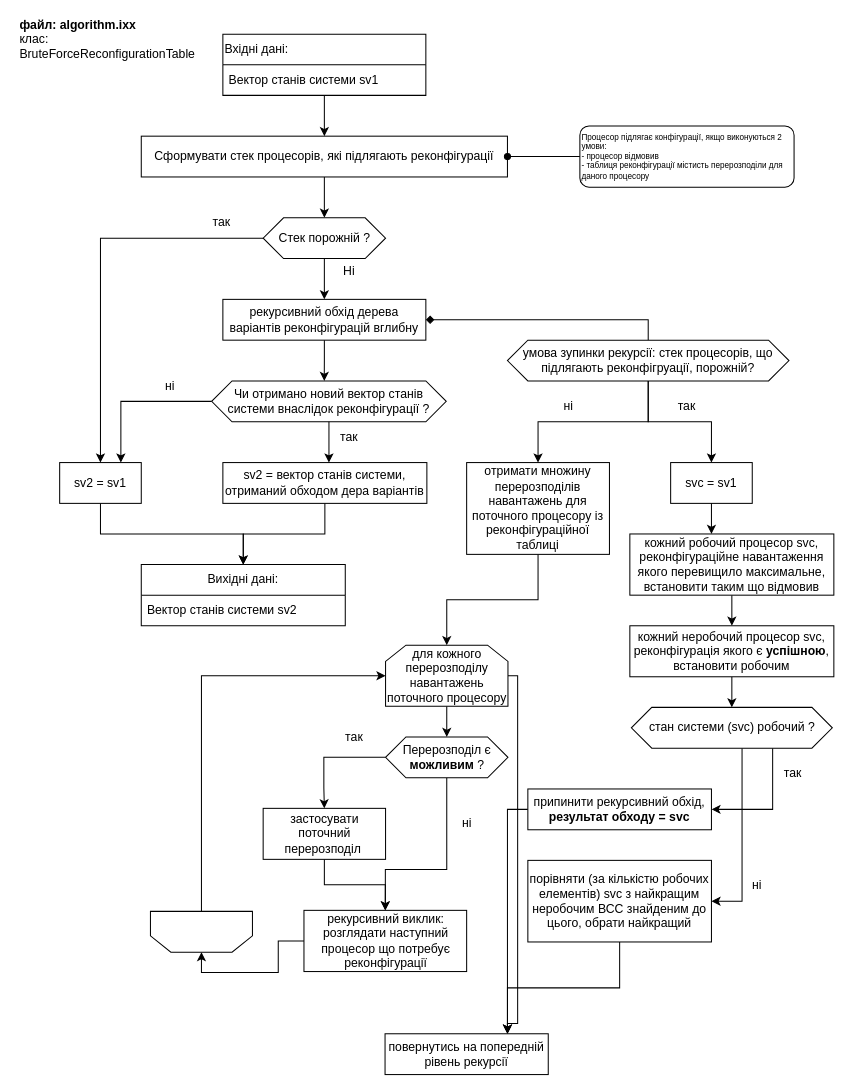
This is звіт/грубий алгоритм реконфігурації.drawio from Bohdan628318ylypchenko/SchemeReliability, a draw.io file, before an edit. Source tidied: cells renumbered, new cells numbered last; positions are measured from the earlier drawing's top-left corner, leaving out a move shared by most shapes. Both pictures are drawn from the tidied source at 102%, with x=0, y=0 at pixel (17, 23).
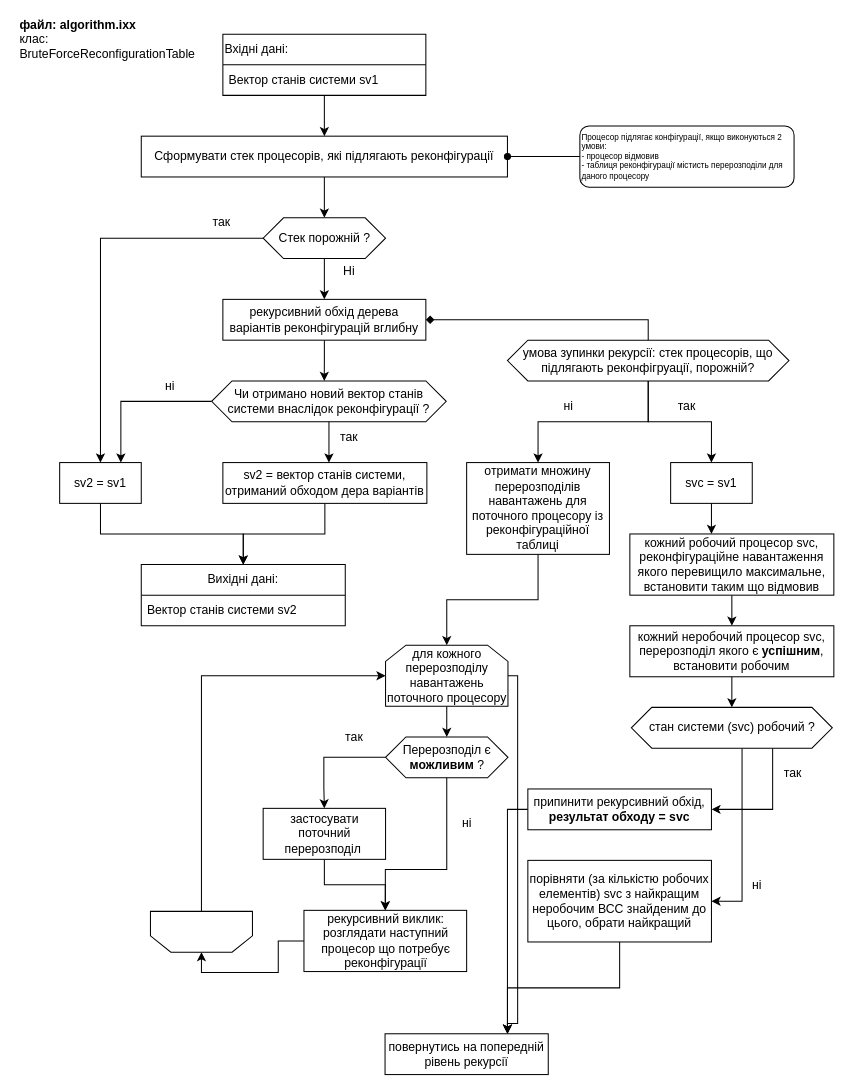
After the change.

Diff of the diagram source:
```diff
@@
-    <mxCell id="38" value="кожний неробочий процесор svc, реконфігурація якого є &lt;b&gt;успішною&lt;/b&gt;, встановити робочим" style="rounded=0;whiteSpace=wrap;html=1;" parent="1" vertex="1">
+    <mxCell id="38" value="кожний неробочий процесор svc, перерозподіл якого є &lt;b&gt;успішним&lt;/b&gt;, встановити робочим" style="rounded=0;whiteSpace=wrap;html=1;" parent="1" vertex="1">
       <mxGeometry x="600" y="590" width="200" height="50" as="geometry" />
     </mxCell>
```
